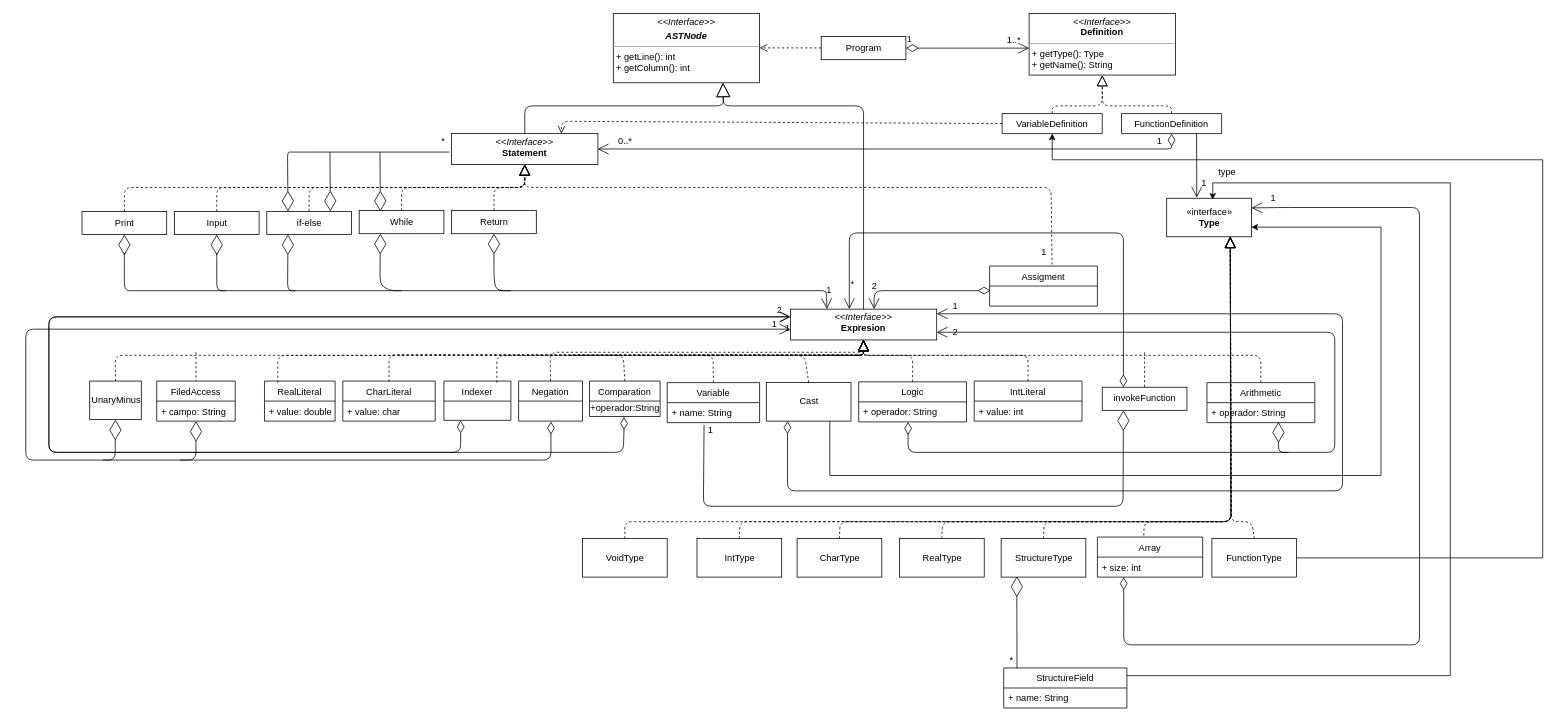
This is lab05/DLP_lab05.drawio from marcosmatilla/Diseno-Lenguajes-Programacion, a draw.io file, before an edit. Source tidied: cells renumbered, new cells numbered last; positions are measured from the earlier drawing's top-left corner, leaving out a move shared by most shapes. Both pictures are drawn from the tidied source at 77%, with x=0, y=0 at pixel (25, 13).
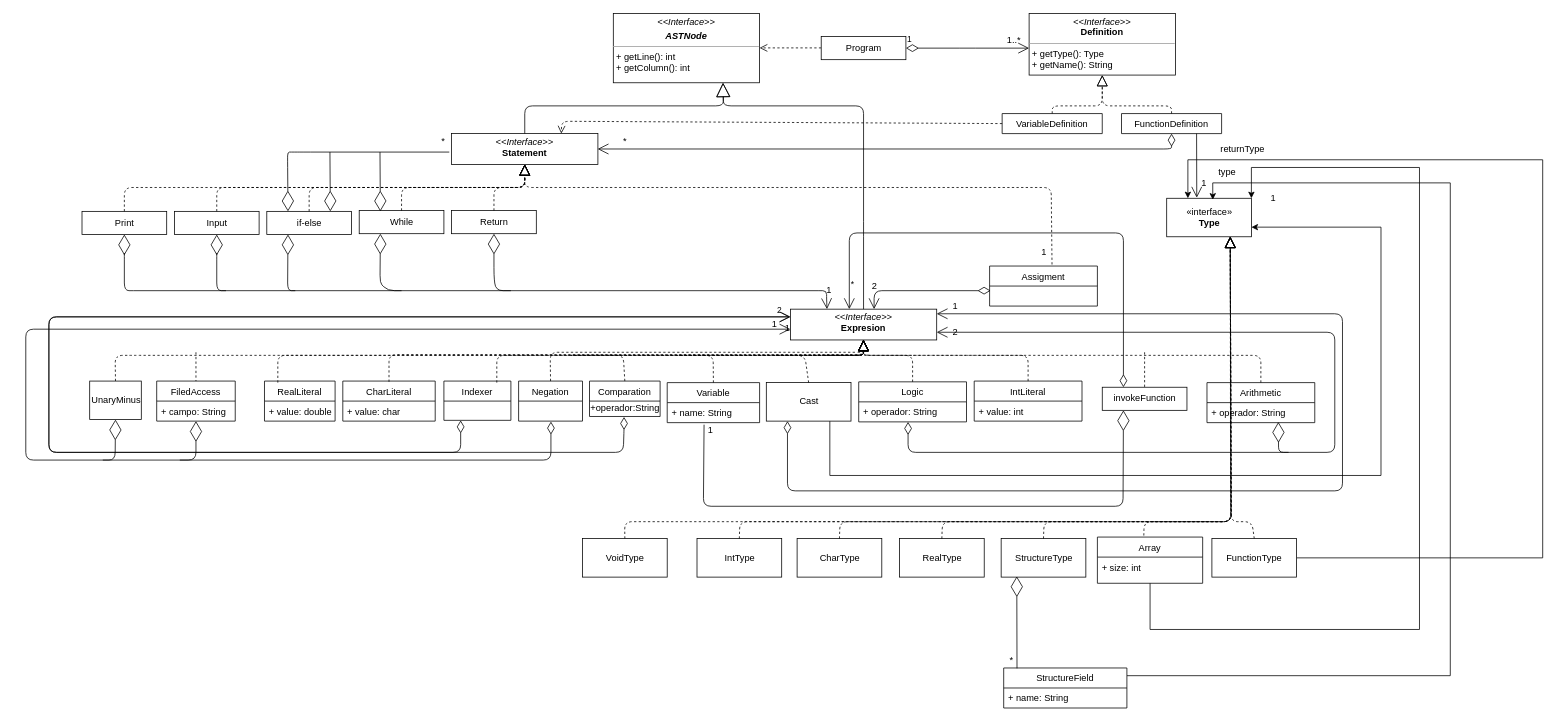
Above is the later version.

Unchanged cells that the change refers to:
```xml
<mxCell id="8" value="VariableDefinition" style="swimlane;fontStyle=0;horizontal=1;startSize=26;fillColor=none;" parent="1" vertex="1" collapsed="1">
  <mxGeometry x="1268" y="130" width="130" height="26" as="geometry" />
</mxCell>
<mxCell id="21" value="«interface»&lt;br&gt;&lt;b&gt;Type&lt;/b&gt;" style="html=1;" parent="1" vertex="1">
  <mxGeometry x="1481.7" y="240" width="110" height="50" as="geometry" />
</mxCell>
<mxCell id="68" value="FunctionType" style="html=1;" parent="1" vertex="1">
  <mxGeometry x="1540.4" y="682" width="110" height="50" as="geometry" />
</mxCell>
```

The edit, as a diff of the source:
```diff
@@
-    <mxCell id="13" value="0..*" style="text;html=1;align=center;verticalAlign=middle;" parent="1" vertex="1">
-      <mxGeometry x="763" y="156" width="30" height="20" as="geometry" />
+    <mxCell id="13" value="*" style="text;html=1;align=center;verticalAlign=middle;" parent="1" vertex="1">
+      <mxGeometry x="768" y="156" width="20" height="20" as="geometry" />
     </mxCell>
@@
-    <mxCell id="20" value="1" style="text;html=1;align=center;verticalAlign=middle;" parent="1" vertex="1">
-      <mxGeometry x="1461.7" y="156" width="20" height="20" as="geometry" />
-    </mxCell>
@@
-    <mxCell id="67" style="edgeStyle=orthogonalEdgeStyle;rounded=0;jettySize=auto;html=1;entryX=0.5;entryY=1;entryDx=0;entryDy=0;" parent="1" edge="1" source="68" target="8">
+    <mxCell id="67" style="edgeStyle=orthogonalEdgeStyle;rounded=0;jettySize=auto;html=1;entryX=0.25;entryY=0;entryDx=0;entryDy=0;" parent="1" edge="1" source="68" target="21">
       <mxGeometry relative="1" as="geometry">
         <Array as="points">
           <mxPoint x="1970" y="707" />
           <mxPoint x="1970" y="190" />
-          <mxPoint x="1333" y="190" />
+          <mxPoint x="1509" y="190" />
         </Array>
       </mxGeometry>
     </mxCell>
@@
+    <mxCell id="87" style="edgeStyle=orthogonalEdgeStyle;rounded=0;jettySize=auto;html=1;entryX=1;entryY=0;entryDx=0;entryDy=0;" parent="1" edge="1" source="85" target="21">
+      <mxGeometry relative="1" as="geometry">
+        <Array as="points">
+          <mxPoint x="1460" y="800" />
+          <mxPoint x="1810" y="800" />
+          <mxPoint x="1810" y="200" />
+          <mxPoint x="1592" y="200" />
+        </Array>
+      </mxGeometry>
+    </mxCell>
     <mxCell id="85" value="Array" style="swimlane;fontStyle=0;align=center;verticalAlign=top;horizontal=1;startSize=26;" parent="1" vertex="1">
-      <mxGeometry x="1391.7" y="680" width="136.7" height="52" as="geometry" />
+      <mxGeometry x="1391.7" y="680" width="136.7" height="60" as="geometry" />
     </mxCell>
     <mxCell id="86" value="+ size: int" style="text;strokeColor=none;fillColor=none;align=left;verticalAlign=top;spacingLeft=4;spacingRight=4;overflow=hidden;" parent="85" vertex="1">
-      <mxGeometry y="26" width="136.7" height="26" as="geometry" />
+      <mxGeometry y="26" width="136.7" height="34" as="geometry" />
     </mxCell>
-    <mxCell id="87" style="endArrow=open;html=1;endSize=12;startArrow=diamondThin;startSize=14;startFill=0;edgeStyle=orthogonalEdgeStyle;align=left;verticalAlign=bottom;exitX=0.25;exitY=1;exitDx=0;exitDy=0;entryX=1;entryY=0.25;entryDx=0;entryDy=0;" parent="1" edge="1" source="85" target="21">
-      <mxGeometry x="-0.94" y="-36" relative="1" as="geometry">
-        <Array as="points">
-          <mxPoint x="1426" y="820" />
-          <mxPoint x="1810" y="820" />
-          <mxPoint x="1810" y="252" />
-          <mxPoint x="1630" y="252" />
-        </Array>
-      </mxGeometry>
-    </mxCell>
@@
+    <mxCell id="125" value="returnType" style="text;html=1;align=center;verticalAlign=middle;" parent="1" vertex="1">
+      <mxGeometry x="1545" y="166" width="70" height="20" as="geometry" />
+    </mxCell>
```
